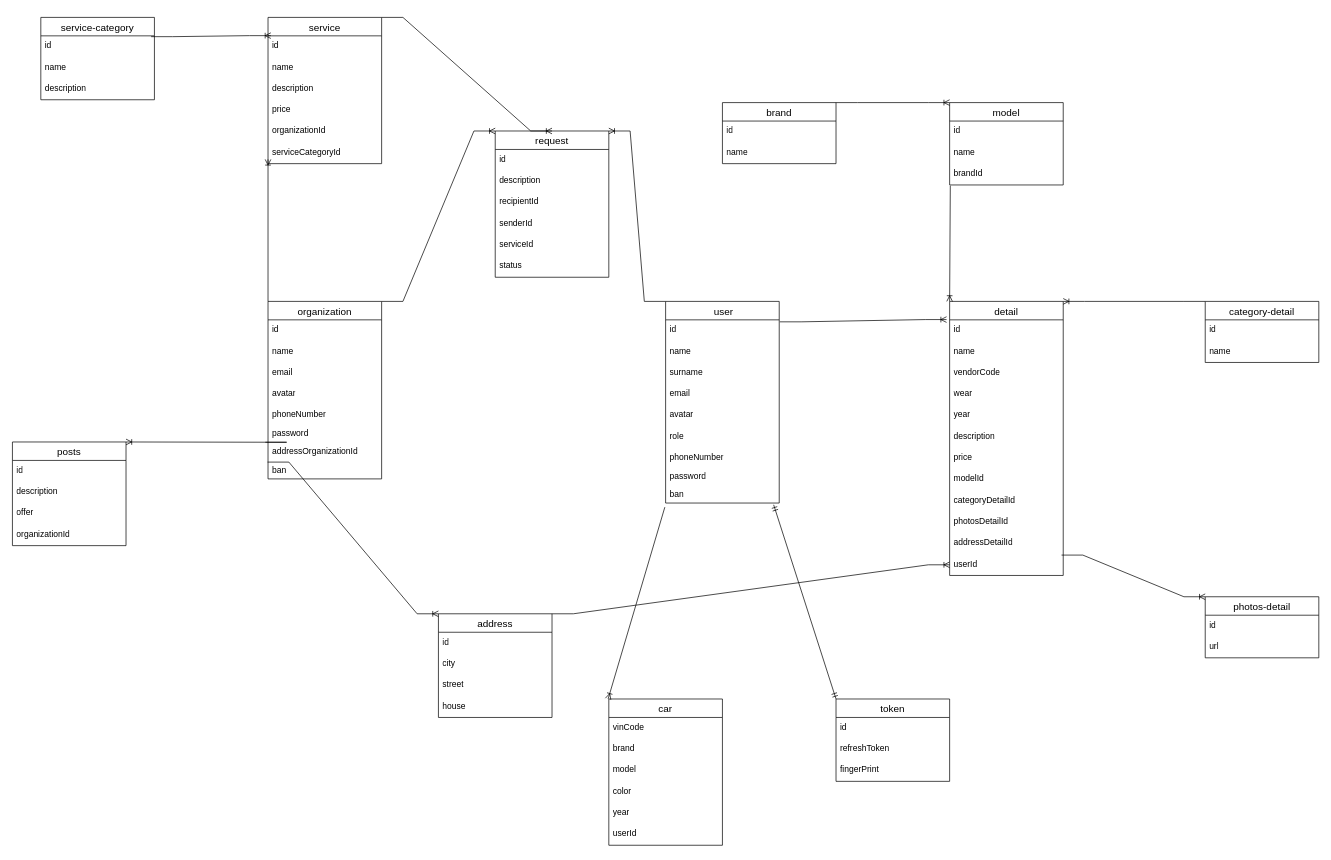
Before: page "Страница — 2" (2 of 2) of server/assets/schema-db.drawio in basharinandrej/cars, a draw.io diagram. Source tidied: cells renumbered, new cells numbered last; positions are measured from the earlier drawing's top-left corner, leaving out a move shared by most shapes. Both pictures are drawn from the tidied source at 71%, with x=0, y=0 at pixel (12, 17).
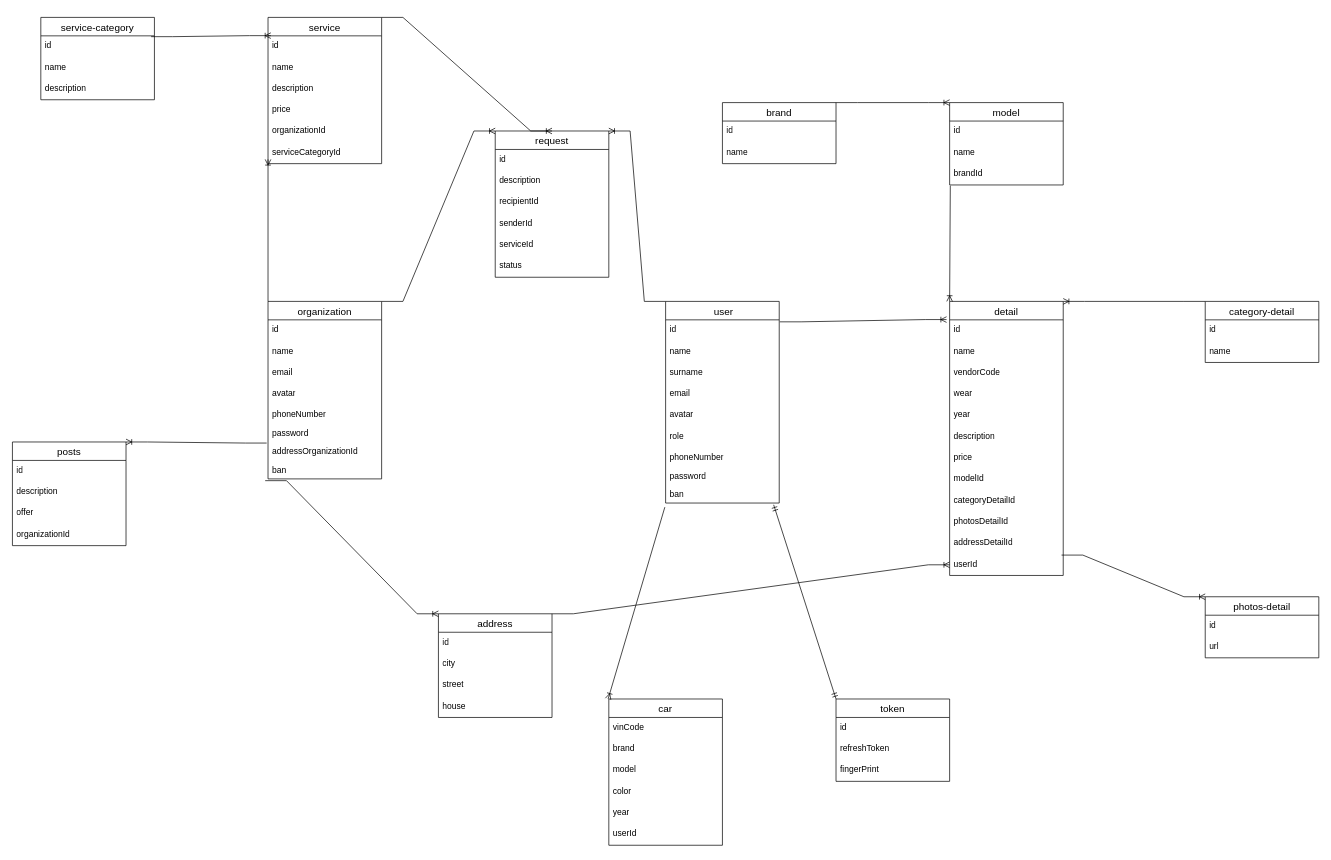
Above is the later version.

The change refers to these unchanged cells:
```xml
<mxCell id="28" value="address" style="swimlane;fontStyle=0;horizontal=1;startSize=26;align=center;fontSize=14;" parent="1" vertex="1">
  <mxGeometry x="600" y="840" width="160" height="146" as="geometry" />
</mxCell>
<mxCell id="55" value="addressOrganizationId" style="text;strokeColor=none;fillColor=none;spacingLeft=4;spacingRight=4;overflow=hidden;points=[[0,0.5],[1,0.5]];portConstraint=eastwest;fontSize=12;whiteSpace=wrap;html=1;" parent="48" vertex="1">
  <mxGeometry y="198" width="160" height="26" as="geometry" />
</mxCell>
<mxCell id="56" value="ban" style="text;strokeColor=none;fillColor=none;spacingLeft=4;spacingRight=4;overflow=hidden;points=[[0,0.5],[1,0.5]];portConstraint=eastwest;fontSize=12;whiteSpace=wrap;html=1;" parent="48" vertex="1">
  <mxGeometry y="224" width="160" height="26" as="geometry" />
</mxCell>
<mxCell id="57" value="posts" style="swimlane;fontStyle=0;horizontal=1;startSize=26;align=center;fontSize=14;" parent="1" vertex="1">
  <mxGeometry y="598" width="160" height="146" as="geometry" />
</mxCell>
```

Diff of the diagram source:
```diff
@@
-    <mxCell id="62" style="edgeStyle=entityRelationEdgeStyle;fontSize=12;html=1;endArrow=ERoneToMany;rounded=0;entryX=1;entryY=0;entryDx=0;entryDy=0;exitX=-0.024;exitY=0.017;exitDx=0;exitDy=0;exitPerimeter=0;" parent="1" edge="1" target="57">
+    <mxCell id="62" style="edgeStyle=entityRelationEdgeStyle;fontSize=12;html=1;endArrow=ERoneToMany;rounded=0;entryX=1;entryY=0;entryDx=0;entryDy=0;exitX=-0.012;exitY=0.058;exitDx=0;exitDy=0;exitPerimeter=0;" parent="1" edge="1" source="55" target="57">
       <mxGeometry relative="1" as="geometry">
-        <mxPoint x="356.2" y="598.4" as="sourcePoint" />
         <Array as="points">
           <mxPoint x="330" y="656" />
         </Array>
       </mxGeometry>
     </mxCell>
@@
-    <mxCell id="100" style="edgeStyle=entityRelationEdgeStyle;fontSize=12;html=1;endArrow=ERoneToMany;rounded=0;exitX=-0.004;exitY=1.09;exitDx=0;exitDy=0;entryX=0;entryY=0;entryDx=0;entryDy=0;exitPerimeter=0;" parent="1" edge="1" source="55" target="28">
+    <mxCell id="100" style="edgeStyle=entityRelationEdgeStyle;fontSize=12;html=1;endArrow=ERoneToMany;rounded=0;exitX=-0.025;exitY=1.096;exitDx=0;exitDy=0;entryX=0;entryY=0;entryDx=0;entryDy=0;exitPerimeter=0;" parent="1" edge="1" source="56" target="28">
       <mxGeometry relative="1" as="geometry" />
     </mxCell>
```
